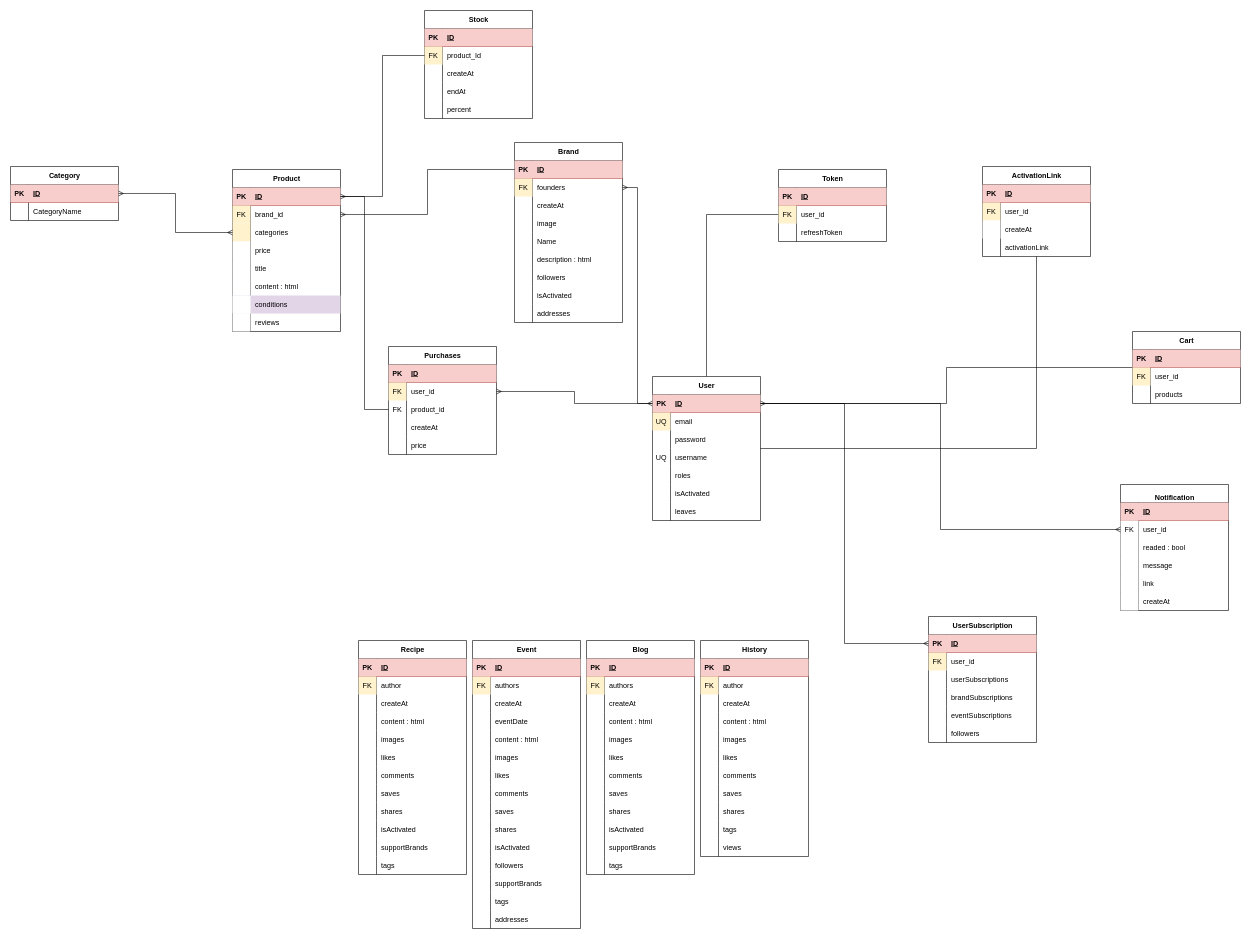
Before: Диаграмма без названия.drawio in Dulatbay/gowebhackathon, a draw.io diagram. Source tidied: cells renumbered, new cells numbered last; positions are measured from the earlier drawing's top-left corner, leaving out a move shared by most shapes. Both pictures are drawn from the tidied source at 60%, with x=0, y=0 at pixel (10, 10).
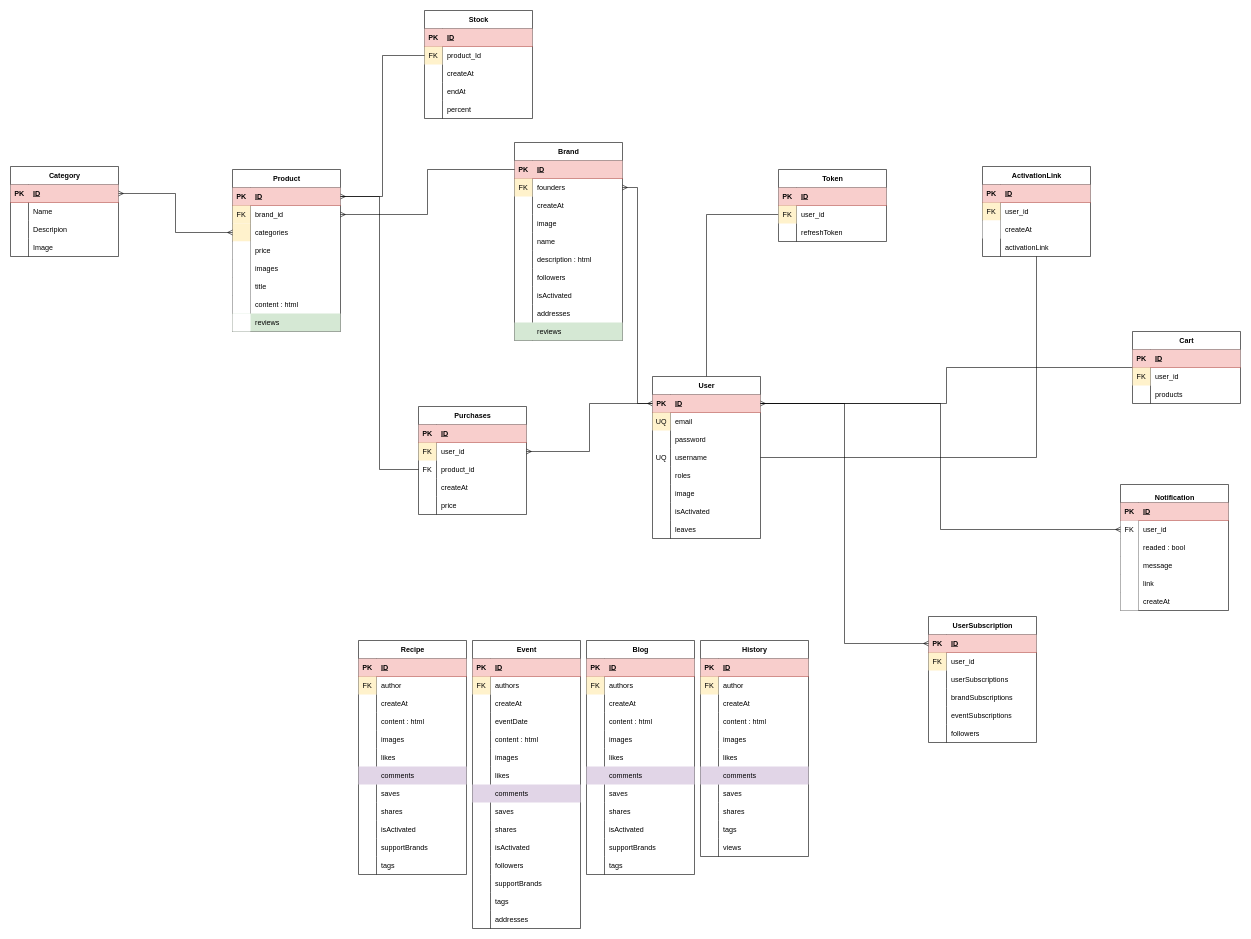
The same diagram, later.

The change refers to these unchanged cells:
```xml
<mxCell id="27" value="History" style="shape=table;startSize=30;childLayout=tableLayout;rowLines=0;fontStyle=1;align=center;html=1;strokeWidth=1;" parent="1" vertex="1">
  <mxGeometry x="1150" y="1050" width="180" height="360" as="geometry" />
</mxCell>
<mxCell id="61" value="Blog" style="shape=table;startSize=30;childLayout=tableLayout;rowLines=0;fontStyle=1;align=center;html=1;strokeWidth=1;" parent="1" vertex="1">
  <mxGeometry x="960" y="1050" width="180" height="390" as="geometry" />
</mxCell>
<mxCell id="98" value="Event" style="shape=table;startSize=30;childLayout=tableLayout;rowLines=0;fontStyle=1;align=center;html=1;strokeWidth=1;" parent="1" vertex="1">
  <mxGeometry x="770" y="1050" width="180" height="480" as="geometry" />
</mxCell>
<mxCell id="157" style="shape=tableRow;horizontal=0;startSize=0;swimlaneHead=0;swimlaneBody=0;fillColor=none;top=0;left=0;right=0;bottom=0;" parent="144" vertex="1">
  <mxGeometry y="150" width="180" height="30" as="geometry" />
</mxCell>
<mxCell id="172" value="Product" style="shape=table;startSize=30;childLayout=tableLayout;rowLines=0;fontStyle=1;align=center;html=1;strokeWidth=1;" parent="1" vertex="1">
  <mxGeometry x="370" y="265" width="180" height="270" as="geometry" />
</mxCell>
<mxCell id="202" style="shape=tableRow;horizontal=0;startSize=0;swimlaneHead=0;swimlaneBody=0;fillColor=none;top=0;left=0;right=0;bottom=0;" parent="198" vertex="1">
  <mxGeometry y="60" width="180" height="30" as="geometry" />
</mxCell>
<mxCell id="315" value="Recipe" style="shape=table;startSize=30;childLayout=tableLayout;rowLines=0;fontStyle=1;align=center;html=1;strokeWidth=1;" parent="1" vertex="1">
  <mxGeometry x="580" y="1050" width="180" height="390" as="geometry" />
</mxCell>
```

The edit, as a diff of the source:
```diff
@@
     <mxCell id="5" value="User" style="shape=table;startSize=30;childLayout=tableLayout;rowLines=0;fontStyle=1;align=center;html=1;strokeWidth=1;" parent="1" vertex="1">
-      <mxGeometry x="1070" y="610" width="180" height="240" as="geometry" />
+      <mxGeometry x="1070" y="610" width="180" height="270" as="geometry" />
     </mxCell>
@@
+    <mxCell id="352" style="shape=tableRow;horizontal=0;startSize=0;swimlaneHead=0;swimlaneBody=0;fillColor=none;top=0;left=0;right=0;bottom=0;" parent="5" vertex="1">
+      <mxGeometry y="180" width="180" height="30" as="geometry" />
+    </mxCell>
+    <mxCell id="353" style="shape=partialRectangle;fillColor=none;top=0;left=0;bottom=0;right=0;overflow=hidden;whiteSpace=wrap;html=1;" parent="352" vertex="1">
+      <mxGeometry width="30" height="30" as="geometry" />
+    </mxCell>
+    <mxCell id="354" value="image" style="shape=partialRectangle;fillColor=none;top=0;left=0;bottom=0;right=0;align=left;spacingLeft=6;overflow=hidden;whiteSpace=wrap;html=1;" parent="352" vertex="1">
+      <mxGeometry x="30" width="150" height="30" as="geometry" />
+    </mxCell>
     <mxCell id="21" style="shape=tableRow;horizontal=0;startSize=0;swimlaneHead=0;swimlaneBody=0;fillColor=none;top=0;left=0;right=0;bottom=0;" parent="5" vertex="1">
-      <mxGeometry y="180" width="180" height="30" as="geometry" />
+      <mxGeometry y="210" width="180" height="30" as="geometry" />
     </mxCell>
@@
     <mxCell id="24" style="shape=tableRow;horizontal=0;startSize=0;swimlaneHead=0;swimlaneBody=0;fillColor=none;top=0;left=0;right=0;bottom=0;" parent="5" vertex="1">
-      <mxGeometry y="210" width="180" height="30" as="geometry" />
+      <mxGeometry y="240" width="180" height="30" as="geometry" />
     </mxCell>
@@
-    <mxCell id="46" style="shape=tableRow;horizontal=0;startSize=0;swimlaneHead=0;swimlaneBody=0;fillColor=none;top=0;left=0;right=0;bottom=0;" parent="27" vertex="1">
+    <mxCell id="46" style="shape=tableRow;horizontal=0;startSize=0;swimlaneHead=0;swimlaneBody=0;fillColor=#e1d5e7;top=0;left=0;right=0;bottom=0;strokeColor=#9673a6;" parent="27" vertex="1">
       <mxGeometry y="210" width="180" height="30" as="geometry" />
     </mxCell>
@@
-    <mxCell id="80" style="shape=tableRow;horizontal=0;startSize=0;swimlaneHead=0;swimlaneBody=0;fillColor=none;top=0;left=0;right=0;bottom=0;" parent="61" vertex="1">
+    <mxCell id="80" style="shape=tableRow;horizontal=0;startSize=0;swimlaneHead=0;swimlaneBody=0;fillColor=#e1d5e7;top=0;left=0;right=0;bottom=0;strokeColor=#9673a6;" parent="61" vertex="1">
       <mxGeometry y="210" width="180" height="30" as="geometry" />
     </mxCell>
@@
-    <mxCell id="120" style="shape=tableRow;horizontal=0;startSize=0;swimlaneHead=0;swimlaneBody=0;fillColor=none;top=0;left=0;right=0;bottom=0;" parent="98" vertex="1">
+    <mxCell id="120" style="shape=tableRow;horizontal=0;startSize=0;swimlaneHead=0;swimlaneBody=0;fillColor=#e1d5e7;top=0;left=0;right=0;bottom=0;strokeColor=#9673a6;" parent="98" vertex="1">
       <mxGeometry y="240" width="180" height="30" as="geometry" />
     </mxCell>
@@
     <mxCell id="144" value="Brand" style="shape=table;startSize=30;childLayout=tableLayout;rowLines=0;fontStyle=1;align=center;html=1;strokeWidth=1;" parent="1" vertex="1">
-      <mxGeometry x="840" y="220" width="180" height="300" as="geometry" />
+      <mxGeometry x="840" y="220" width="180" height="330" as="geometry" />
     </mxCell>
@@
-    <mxCell id="159" value="Name" style="shape=partialRectangle;fillColor=none;top=0;left=0;bottom=0;right=0;align=left;spacingLeft=6;overflow=hidden;whiteSpace=wrap;html=1;" parent="157" vertex="1">
+    <mxCell id="159" value="name" style="shape=partialRectangle;fillColor=none;top=0;left=0;bottom=0;right=0;align=left;spacingLeft=6;overflow=hidden;whiteSpace=wrap;html=1;" parent="157" vertex="1">
       <mxGeometry x="30" width="150" height="30" as="geometry" />
     </mxCell>
@@
+    <mxCell id="355" style="shape=tableRow;horizontal=0;startSize=0;swimlaneHead=0;swimlaneBody=0;fillColor=#d5e8d4;top=0;left=0;right=0;bottom=0;strokeColor=#82b366;" parent="144" vertex="1">
+      <mxGeometry y="300" width="180" height="30" as="geometry" />
+    </mxCell>
+    <mxCell id="356" style="shape=partialRectangle;fillColor=none;top=0;left=0;bottom=0;right=0;overflow=hidden;whiteSpace=wrap;html=1;" parent="355" vertex="1">
+      <mxGeometry width="30" height="30" as="geometry" />
+    </mxCell>
+    <mxCell id="357" value="reviews" style="shape=partialRectangle;fillColor=none;top=0;left=0;bottom=0;right=0;align=left;spacingLeft=6;overflow=hidden;whiteSpace=wrap;html=1;" parent="355" vertex="1">
+      <mxGeometry x="30" width="150" height="30" as="geometry" />
+    </mxCell>
@@
+    <mxCell id="358" style="shape=tableRow;horizontal=0;startSize=0;swimlaneHead=0;swimlaneBody=0;fillColor=none;top=0;left=0;right=0;bottom=0;" parent="172" vertex="1">
+      <mxGeometry y="150" width="180" height="30" as="geometry" />
+    </mxCell>
+    <mxCell id="192" style="shape=partialRectangle;top=0;left=0;bottom=0;right=0;overflow=hidden;whiteSpace=wrap;html=1;" parent="358" vertex="1">
+      <mxGeometry width="30" height="30" as="geometry" />
+    </mxCell>
+    <mxCell id="359" value="images" style="shape=partialRectangle;fillColor=none;top=0;left=0;bottom=0;right=0;align=left;spacingLeft=6;overflow=hidden;whiteSpace=wrap;html=1;" parent="358" vertex="1">
+      <mxGeometry x="30" width="150" height="30" as="geometry" />
+    </mxCell>
     <mxCell id="185" style="shape=tableRow;horizontal=0;startSize=0;swimlaneHead=0;swimlaneBody=0;fillColor=none;top=0;left=0;right=0;bottom=0;" parent="172" vertex="1">
-      <mxGeometry y="150" width="180" height="30" as="geometry" />
+      <mxGeometry y="180" width="180" height="30" as="geometry" />
     </mxCell>
@@
     <mxCell id="188" style="shape=tableRow;horizontal=0;startSize=0;swimlaneHead=0;swimlaneBody=0;fillColor=none;top=0;left=0;right=0;bottom=0;" parent="172" vertex="1">
-      <mxGeometry y="180" width="180" height="30" as="geometry" />
+      <mxGeometry y="210" width="180" height="30" as="geometry" />
     </mxCell>
@@
-    <mxCell id="191" style="shape=tableRow;horizontal=0;startSize=0;swimlaneHead=0;swimlaneBody=0;fillColor=#e1d5e7;top=0;left=0;right=0;bottom=0;strokeColor=#9673a6;" parent="172" vertex="1">
-      <mxGeometry y="210" width="180" height="30" as="geometry" />
-    </mxCell>
-    <mxCell id="192" style="shape=partialRectangle;top=0;left=0;bottom=0;right=0;overflow=hidden;whiteSpace=wrap;html=1;" parent="191" vertex="1">
-      <mxGeometry width="30" height="30" as="geometry" />
-    </mxCell>
-    <mxCell id="193" value="conditions" style="shape=partialRectangle;fillColor=none;top=0;left=0;bottom=0;right=0;align=left;spacingLeft=6;overflow=hidden;whiteSpace=wrap;html=1;" parent="191" vertex="1">
-      <mxGeometry x="30" width="150" height="30" as="geometry" />
-    </mxCell>
-    <mxCell id="194" style="shape=tableRow;horizontal=0;startSize=0;swimlaneHead=0;swimlaneBody=0;fillColor=none;top=0;left=0;right=0;bottom=0;" parent="172" vertex="1">
+    <mxCell id="194" style="shape=tableRow;horizontal=0;startSize=0;swimlaneHead=0;swimlaneBody=0;fillColor=#d5e8d4;top=0;left=0;right=0;bottom=0;strokeColor=#82b366;" parent="172" vertex="1">
       <mxGeometry y="240" width="180" height="30" as="geometry" />
     </mxCell>
@@
     <mxCell id="198" value="Category" style="shape=table;startSize=30;childLayout=tableLayout;rowLines=0;fontStyle=1;align=center;html=1;" parent="1" vertex="1">
-      <mxGeometry y="260" width="180" height="90" as="geometry" />
+      <mxGeometry y="260" width="180" height="150" as="geometry" />
     </mxCell>
@@
-    <mxCell id="204" value="CategoryName" style="shape=partialRectangle;fillColor=none;top=0;left=0;bottom=0;right=0;align=left;spacingLeft=6;overflow=hidden;whiteSpace=wrap;html=1;" parent="202" vertex="1">
+    <mxCell id="204" value="Name" style="shape=partialRectangle;fillColor=none;top=0;left=0;bottom=0;right=0;align=left;spacingLeft=6;overflow=hidden;whiteSpace=wrap;html=1;" parent="202" vertex="1">
       <mxGeometry x="30" width="150" height="30" as="geometry" />
     </mxCell>
+    <mxCell id="360" style="shape=tableRow;horizontal=0;startSize=0;swimlaneHead=0;swimlaneBody=0;fillColor=none;top=0;left=0;right=0;bottom=0;" parent="198" vertex="1">
+      <mxGeometry y="90" width="180" height="30" as="geometry" />
+    </mxCell>
+    <mxCell id="361" style="shape=partialRectangle;fillColor=none;top=0;left=0;bottom=0;right=0;overflow=hidden;whiteSpace=wrap;html=1;" parent="360" vertex="1">
+      <mxGeometry width="30" height="30" as="geometry" />
+    </mxCell>
+    <mxCell id="362" value="Descripion" style="shape=partialRectangle;fillColor=none;top=0;left=0;bottom=0;right=0;align=left;spacingLeft=6;overflow=hidden;whiteSpace=wrap;html=1;" parent="360" vertex="1">
+      <mxGeometry x="30" width="150" height="30" as="geometry" />
+    </mxCell>
+    <mxCell id="363" style="shape=tableRow;horizontal=0;startSize=0;swimlaneHead=0;swimlaneBody=0;fillColor=none;top=0;left=0;right=0;bottom=0;" parent="198" vertex="1">
+      <mxGeometry y="120" width="180" height="30" as="geometry" />
+    </mxCell>
+    <mxCell id="364" style="shape=partialRectangle;fillColor=none;top=0;left=0;bottom=0;right=0;overflow=hidden;whiteSpace=wrap;html=1;" parent="363" vertex="1">
+      <mxGeometry width="30" height="30" as="geometry" />
+    </mxCell>
+    <mxCell id="365" value="Image" style="shape=partialRectangle;fillColor=none;top=0;left=0;bottom=0;right=0;align=left;spacingLeft=6;overflow=hidden;whiteSpace=wrap;html=1;" parent="363" vertex="1">
+      <mxGeometry x="30" width="150" height="30" as="geometry" />
+    </mxCell>
@@
     <mxCell id="257" value="Purchases" style="shape=table;startSize=30;childLayout=tableLayout;rowLines=0;fontStyle=1;align=center;html=1;strokeWidth=1;" parent="1" vertex="1">
-      <mxGeometry x="630" y="560" width="180" height="180" as="geometry" />
+      <mxGeometry x="680" y="660" width="180" height="180" as="geometry" />
     </mxCell>
@@
-    <mxCell id="334" style="shape=tableRow;horizontal=0;startSize=0;swimlaneHead=0;swimlaneBody=0;fillColor=none;top=0;left=0;right=0;bottom=0;" parent="315" vertex="1">
+    <mxCell id="334" style="shape=tableRow;horizontal=0;startSize=0;swimlaneHead=0;swimlaneBody=0;fillColor=#e1d5e7;top=0;left=0;right=0;bottom=0;strokeColor=#9673a6;" parent="315" vertex="1">
       <mxGeometry y="210" width="180" height="30" as="geometry" />
     </mxCell>
```
